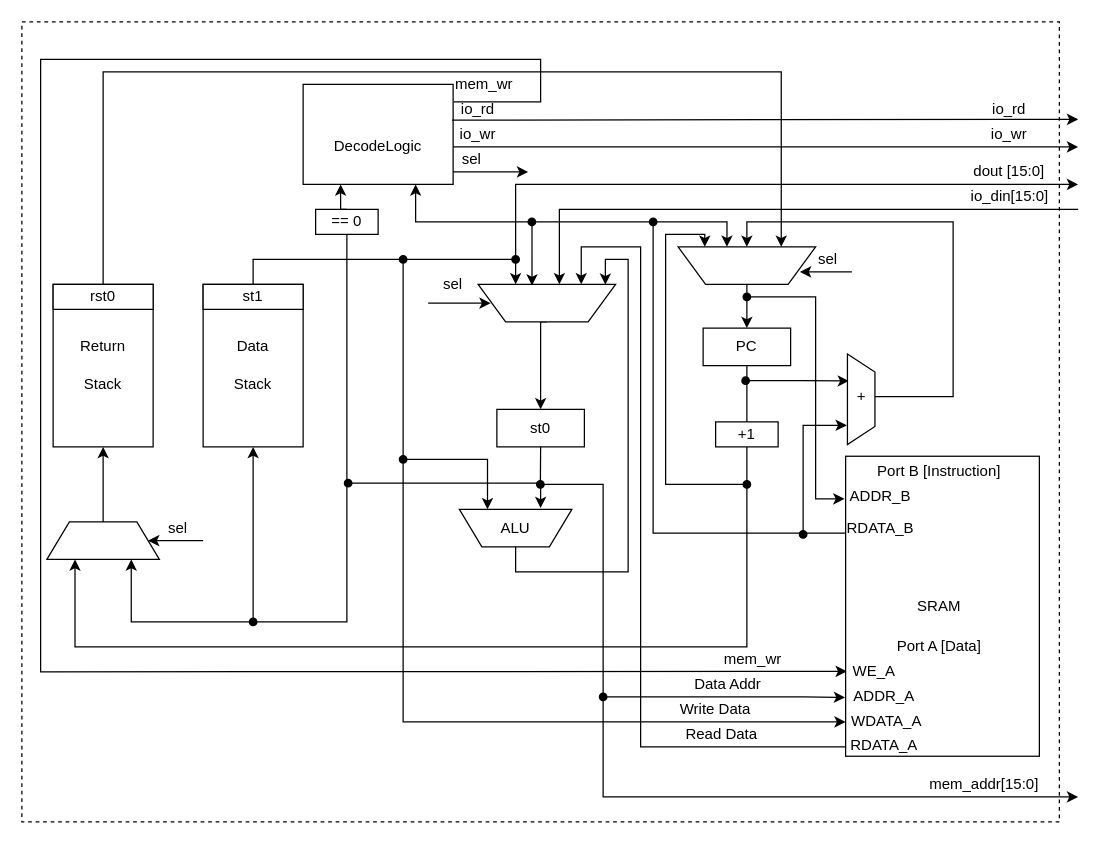
Before: doc/Block Diagrams/f18BlkDiagram.drawio in Forth-Generation/microForth, a draw.io diagram. Source tidied: cells renumbered, new cells numbered last; positions are measured from the earlier drawing's top-left corner, leaving out a move shared by most shapes. Both pictures are drawn from the tidied source at 125%, with x=0, y=0 at pixel (21, 21).
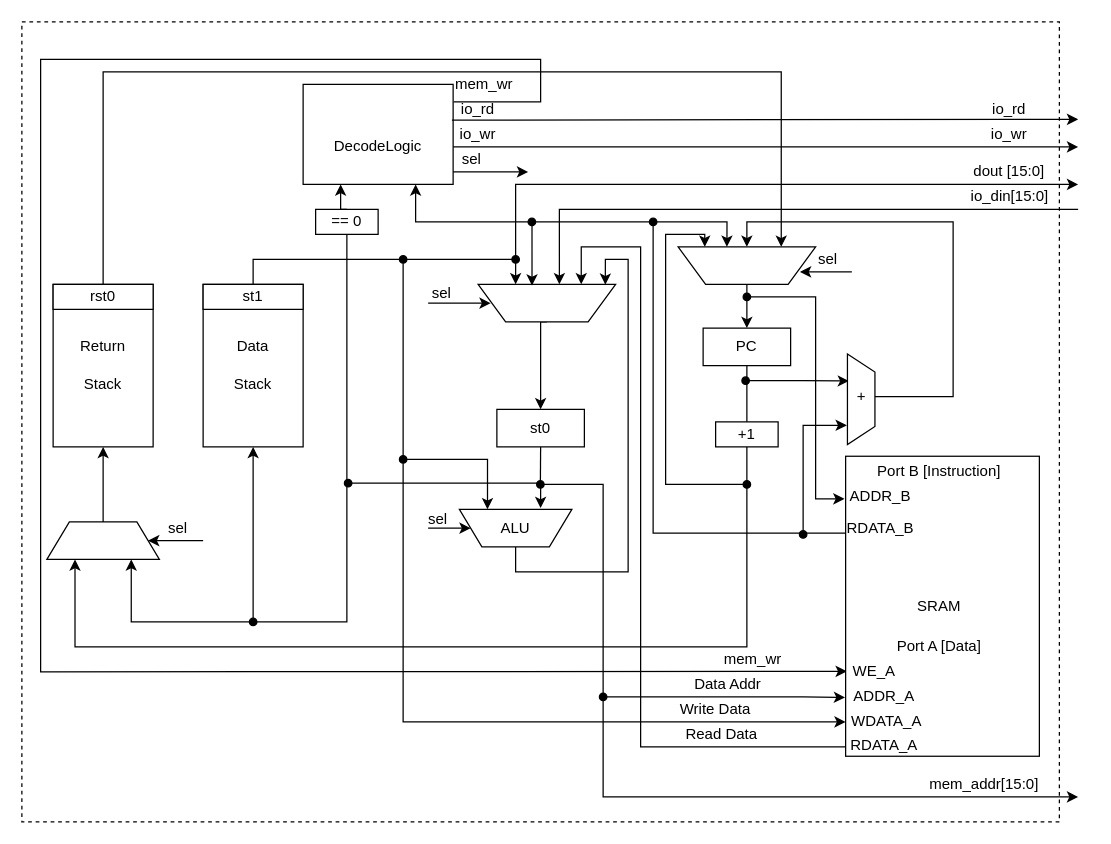
Above is the later version.

Commit message (it also covers changes not shown here):
updated f18 block diagram, first cut of bounceball assembly program ready for test, fixed bug in f18 primitives file

Unchanged cells that the change refers to:
```xml
<mxCell id="19" style="shape=trapezoid;perimeter=trapezoidPerimeter;whiteSpace=wrap;html=1;rotation=-180;" parent="1" vertex="1">
  <mxGeometry x="350" y="390" width="90" height="30" as="geometry" />
</mxCell>
```

What changed in the source:
```diff
@@
     <mxCell id="60" value="sel" style="text;html=1;strokeColor=none;fillColor=none;align=center;verticalAlign=middle;whiteSpace=wrap;rounded=0;" parent="1" vertex="1">
-      <mxGeometry x="325" y="200" width="40" height="20" as="geometry" />
+      <mxGeometry x="326" y="212" width="20" height="10" as="geometry" />
     </mxCell>
@@
+    <mxCell id="93" style="endArrow=classic;html=1;entryX=1;entryY=0.5;entryDx=0;entryDy=0;" parent="1" edge="1" target="19">
+      <mxGeometry relative="1" as="geometry">
+        <mxPoint x="325" y="405" as="sourcePoint" />
+      </mxGeometry>
+    </mxCell>
+    <mxCell id="94" value="sel" style="text;html=1;strokeColor=none;fillColor=none;align=center;verticalAlign=middle;whiteSpace=wrap;rounded=0;" parent="1" vertex="1">
+      <mxGeometry x="323" y="393" width="20" height="10" as="geometry" />
+    </mxCell>
```
